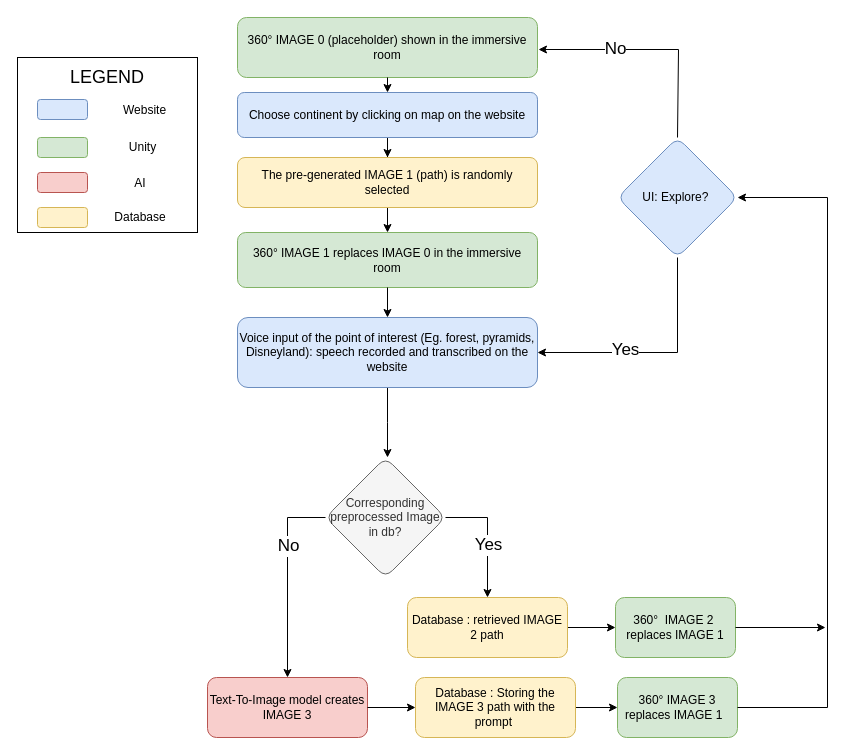
Before: Diagram/CombinedFlowChart.drawio in IsabelleDesle/VirtualGlobeTrotter, a draw.io diagram. Source tidied: cells renumbered, new cells numbered last; positions are measured from the earlier drawing's top-left corner, leaving out a move shared by most shapes. Both pictures are drawn from the tidied source at 100%, with x=0, y=0 at pixel (17, 17).
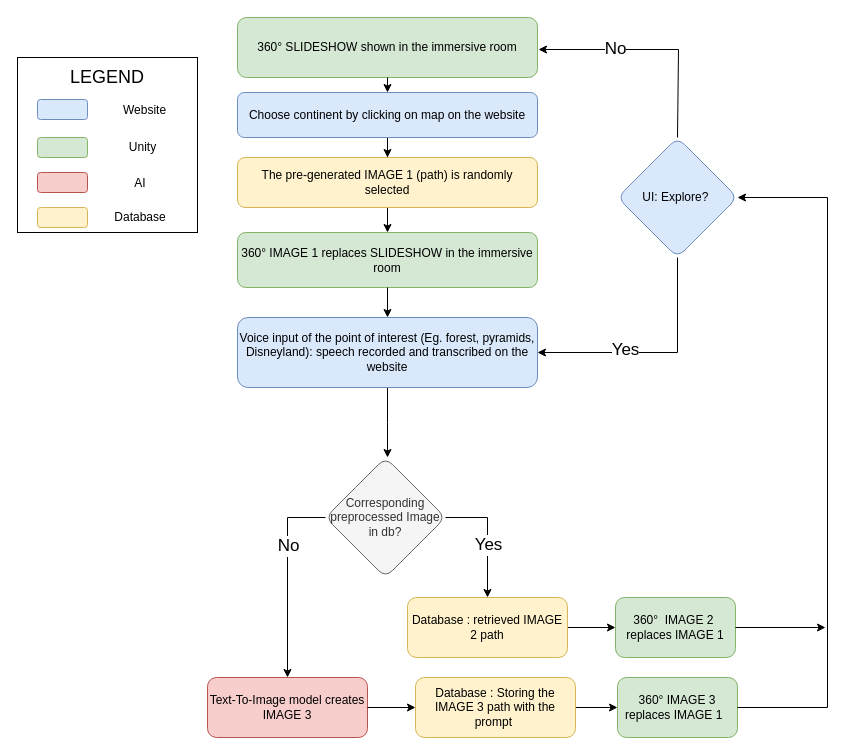
The same diagram, later.

What changed in the source:
```diff
@@
-    <mxCell id="20" value="360° IMAGE 1 replaces IMAGE 0 in the immersive room" style="whiteSpace=wrap;html=1;fillColor=#d5e8d4;strokeColor=#82b366;rounded=1;" parent="1" vertex="1">
+    <mxCell id="20" value="360° IMAGE 1 replaces SLIDESHOW in the immersive room" style="whiteSpace=wrap;html=1;fillColor=#d5e8d4;strokeColor=#82b366;rounded=1;" parent="1" vertex="1">
       <mxGeometry x="220" y="215" width="300" height="55" as="geometry" />
     </mxCell>
@@
-    <mxCell id="34" value="360° IMAGE 0 (placeholder) shown in the immersive room" style="whiteSpace=wrap;html=1;fillColor=#d5e8d4;strokeColor=#82b366;rounded=1;" parent="1" vertex="1">
+    <mxCell id="34" value="360° SLIDESHOW shown in the immersive room" style="whiteSpace=wrap;html=1;fillColor=#d5e8d4;strokeColor=#82b366;rounded=1;" parent="1" vertex="1">
       <mxGeometry x="220" width="300" height="60" as="geometry" />
     </mxCell>
```
